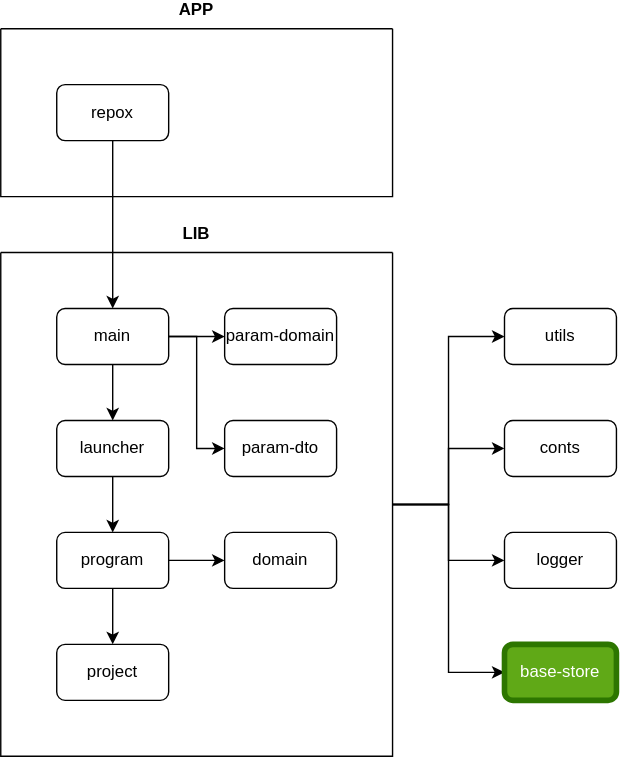
Earlier version of the draw.io export docs/dependency.svg (jaqba98/repox). Source tidied: cells renumbered, new cells last; positions are measured from the earlier drawing's top-left corner, leaving out a move shared by most shapes.
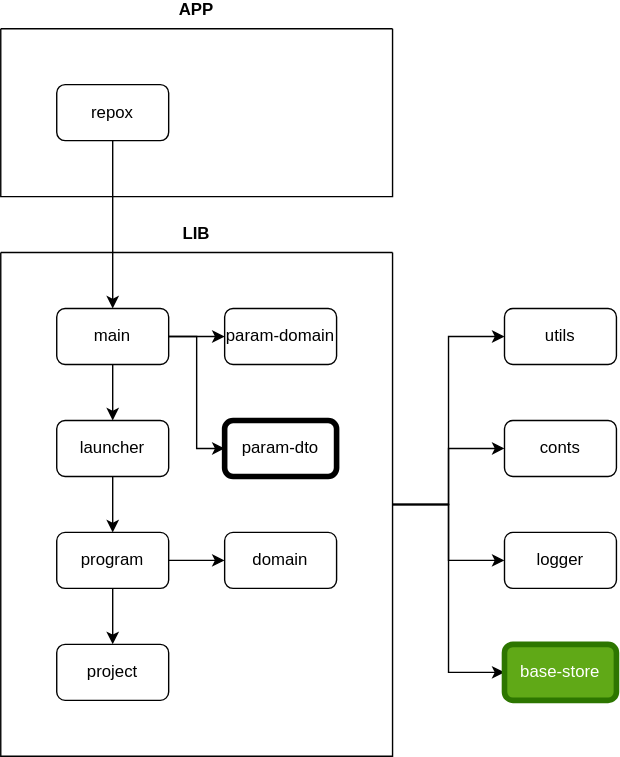
Above is the later version.

The edit, as a diff of the source:
```diff
@@ -53,7 +53,7 @@
     <mxCell id="18" style="edgeStyle=orthogonalEdgeStyle;rounded=0;jettySize=auto;html=1;" parent="7" edge="1" source="15" target="17">
       <mxGeometry relative="1" as="geometry" />
     </mxCell>
-    <mxCell id="19" value="param-dto" style="rounded=1;whiteSpace=wrap;html=1;strokeWidth=1;" parent="7" vertex="1">
+    <mxCell id="19" value="param-dto" style="rounded=1;whiteSpace=wrap;html=1;strokeWidth=4;" parent="7" vertex="1">
       <mxGeometry x="160" y="120" width="80" height="40" as="geometry" />
     </mxCell>
     <mxCell id="20" value="project" style="rounded=1;whiteSpace=wrap;html=1;" parent="7" vertex="1">
```
